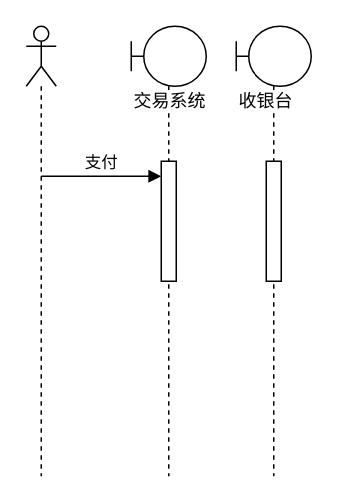
Above: page "支付流程" (4 of 4) of 支付中心.drawio in NonePro/UML (draw.io), before the change. Source tidied: cells renumbered, new cells numbered last; positions are measured from the earlier drawing's top-left corner, leaving out a move shared by most shapes. Both pictures are drawn from the tidied source at 150%, with x=0, y=0 at pixel (26, 26).
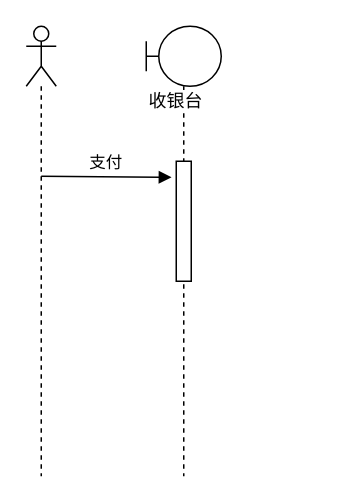
After the change.

What changed in the source:
```diff
@@
 <mxGraphModel>
   <root>
     <mxCell id="0" />
     <mxCell id="1" parent="0" />
     <mxCell id="2" style="shape=umlLifeline;participant=umlActor;perimeter=lifelinePerimeter;whiteSpace=wrap;html=1;verticalAlign=top;spacingTop=36;labelBackgroundColor=#ffffff;align=left;" parent="1" vertex="1">
       <mxGeometry width="20" height="300" as="geometry" />
     </mxCell>
-    <mxCell id="3" value="支付" style="html=1;verticalAlign=bottom;endArrow=block;" parent="2" edge="1">
+    <mxCell id="3" value="支付" style="html=1;verticalAlign=bottom;endArrow=block;entryX=-0.314;entryY=0.134;entryDx=0;entryDy=0;entryPerimeter=0;" parent="2" edge="1" target="7">
       <mxGeometry relative="1" as="geometry">
         <mxPoint x="10" y="100" as="sourcePoint" />
-        <mxPoint x="90" y="100" as="targetPoint" />
       </mxGeometry>
     </mxCell>
-    <mxCell id="4" value="&lt;div style=&quot;text-align: center&quot;&gt;&lt;span&gt;交易系统&lt;/span&gt;&lt;/div&gt;" style="shape=umlLifeline;participant=umlBoundary;perimeter=lifelinePerimeter;whiteSpace=wrap;html=1;verticalAlign=top;spacingTop=36;labelBackgroundColor=#ffffff;align=left;" parent="1" vertex="1">
-      <mxGeometry x="70" width="50" height="300" as="geometry" />
-    </mxCell>
-    <mxCell id="5" style="html=1;perimeter=orthogonalPerimeter;align=left;" parent="4" vertex="1">
-      <mxGeometry x="20" y="90" width="10" height="80" as="geometry" />
-    </mxCell>
     <mxCell id="6" value="&lt;div style=&quot;text-align: center&quot;&gt;收银台&lt;/div&gt;" style="shape=umlLifeline;participant=umlBoundary;perimeter=lifelinePerimeter;whiteSpace=wrap;html=1;verticalAlign=top;spacingTop=36;labelBackgroundColor=#ffffff;align=left;" parent="1" vertex="1">
-      <mxGeometry x="140" width="50" height="300" as="geometry" />
+      <mxGeometry x="80" width="50" height="300" as="geometry" />
     </mxCell>
     <mxCell id="7" style="html=1;points=[];perimeter=orthogonalPerimeter;align=left;" parent="6" vertex="1">
       <mxGeometry x="20" y="90" width="10" height="80" as="geometry" />
     </mxCell>
   </root>
 </mxGraphModel>
```
